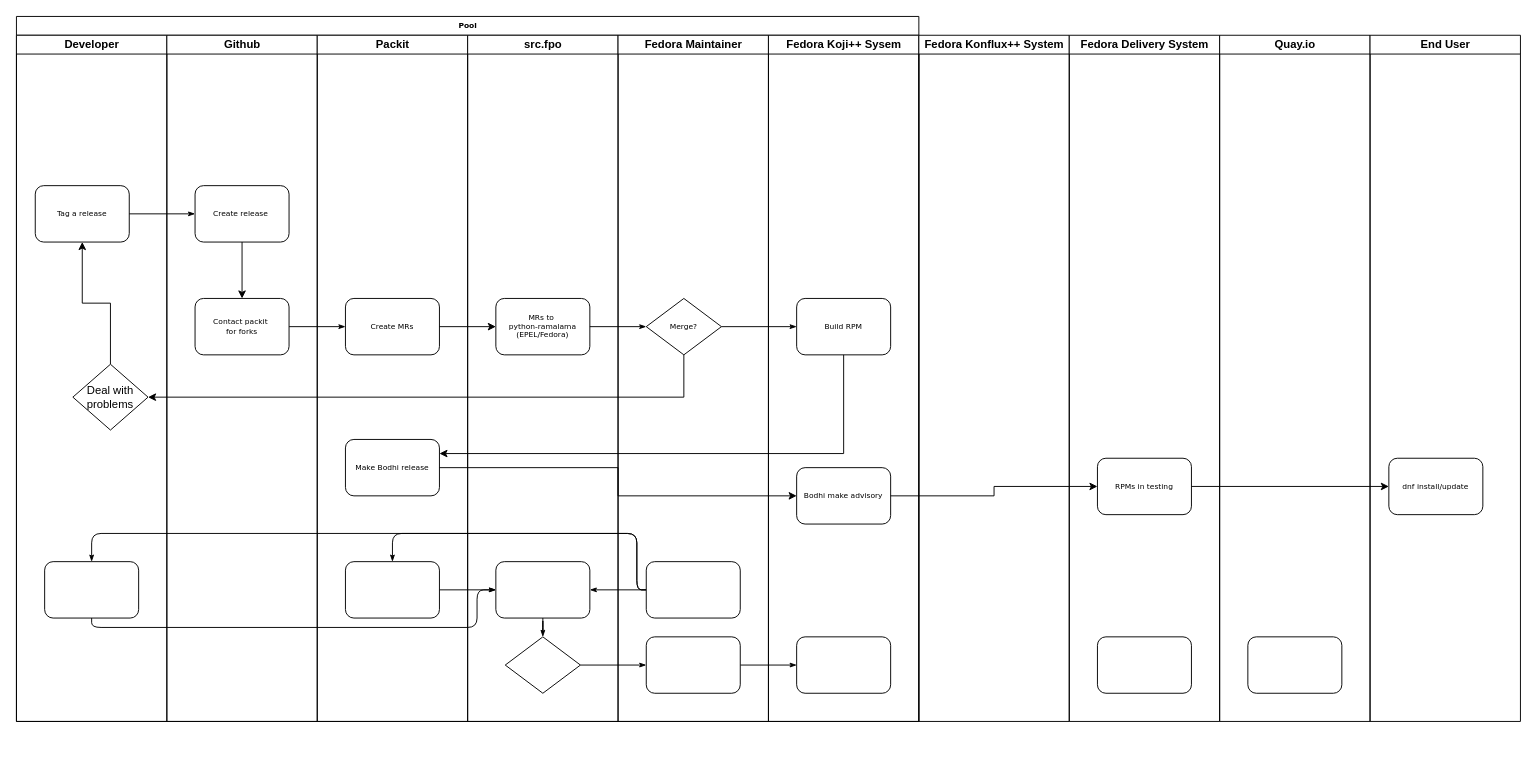
This is Ramalama.drawio from smooge/drawings, a draw.io file, before an edit. Source tidied: cells renumbered, new cells numbered last; positions are measured from the earlier drawing's top-left corner, leaving out a move shared by most shapes. Both pictures are drawn from the tidied source at 94%, with x=0, y=0 at pixel (16, 16).
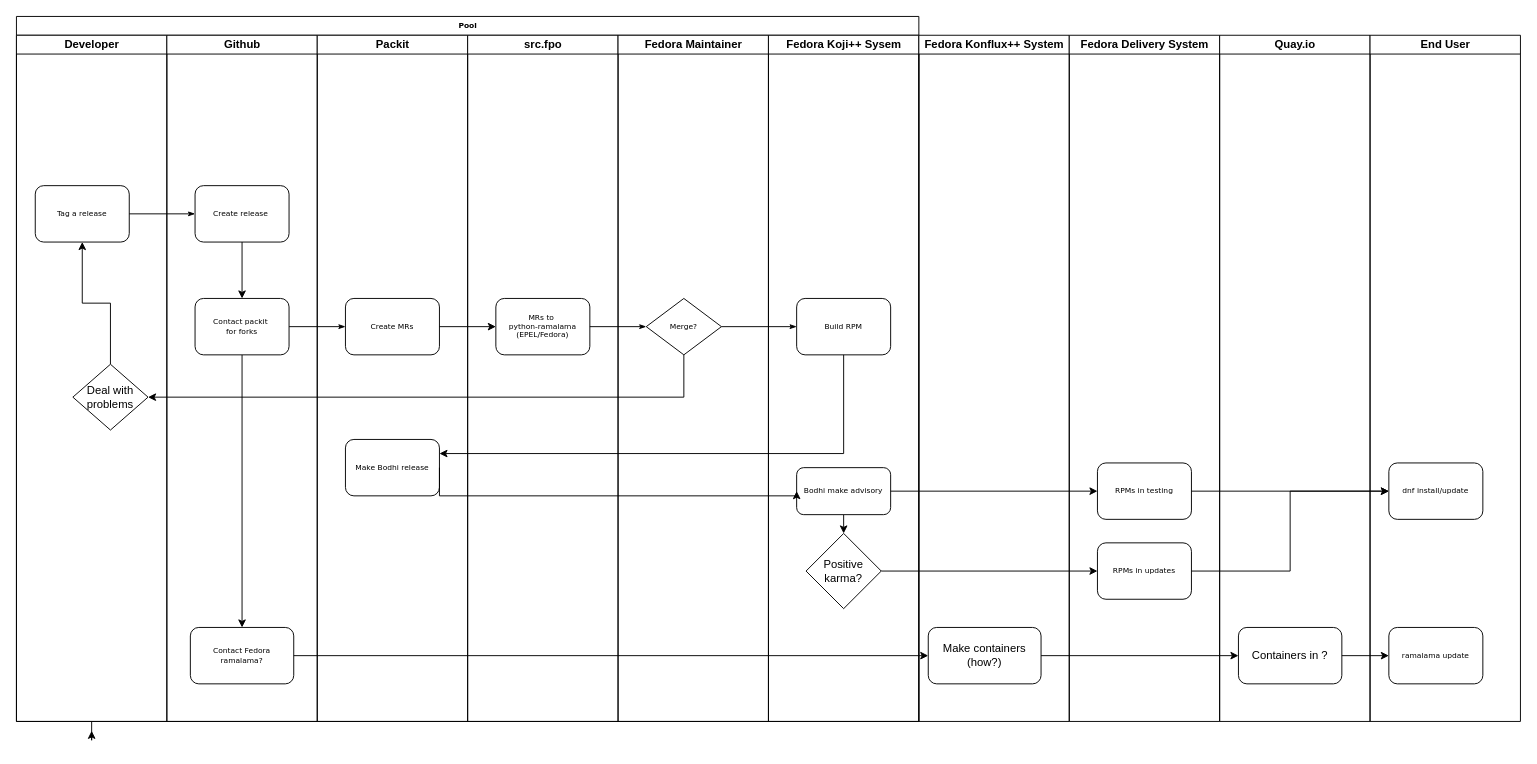
The same diagram, later.

The change refers to these unchanged cells:
```xml
<mxCell id="2" value="Pool" style="swimlane;html=1;startSize=20;rounded=0;shadow=0;labelBackgroundColor=none;strokeWidth=1;fontFamily=Verdana;fontSize=8;align=center;" parent="1" vertex="1">
  <mxGeometry width="960" height="750" as="geometry" />
</mxCell>
<mxCell id="3" value="Developer" style="swimlane;html=1;startSize=20;" parent="2" vertex="1">
  <mxGeometry y="20" width="160" height="730" as="geometry" />
</mxCell>
<mxCell id="17" value="Github" style="swimlane;html=1;startSize=20;" parent="2" vertex="1">
  <mxGeometry x="160" y="20" width="160" height="730" as="geometry" />
</mxCell>
<mxCell id="20" value="Contact packit&amp;nbsp;&lt;div&gt;for forks&lt;/div&gt;" style="rounded=1;whiteSpace=wrap;html=1;shadow=0;labelBackgroundColor=none;strokeWidth=1;fontFamily=Verdana;fontSize=8;align=center;" parent="17" vertex="1">
  <mxGeometry x="30" y="280" width="100" height="60" as="geometry" />
</mxCell>
<mxCell id="21" value="Packit" style="swimlane;html=1;startSize=20;" parent="2" vertex="1">
  <mxGeometry x="320" y="20" width="160" height="730" as="geometry" />
</mxCell>
<mxCell id="24" value="Make Bodhi release" style="rounded=1;whiteSpace=wrap;html=1;shadow=0;labelBackgroundColor=none;strokeWidth=1;fontFamily=Verdana;fontSize=8;align=center;" parent="21" vertex="1">
  <mxGeometry x="30" y="430" width="100" height="60" as="geometry" />
</mxCell>
<mxCell id="25" value="src.fpo" style="swimlane;html=1;startSize=20;" parent="2" vertex="1">
  <mxGeometry x="480" y="20" width="160" height="730" as="geometry" />
</mxCell>
<mxCell id="30" value="Fedora Maintainer" style="swimlane;html=1;startSize=20;" parent="2" vertex="1">
  <mxGeometry x="640" y="20" width="160" height="730" as="geometry" />
</mxCell>
<mxCell id="34" value="Fedora Koji++ Sysem" style="swimlane;html=1;startSize=20;" parent="2" vertex="1">
  <mxGeometry x="800" y="20" width="160" height="730" as="geometry" />
</mxCell>
<mxCell id="45" value="Fedora Delivery System" style="swimlane;html=1;startSize=20;" parent="1" vertex="1">
  <mxGeometry x="1120" y="20" width="160" height="730" as="geometry" />
</mxCell>
<mxCell id="48" value="Quay.io" style="swimlane;html=1;startSize=20;" parent="1" vertex="1">
  <mxGeometry x="1280" y="20" width="160" height="730" as="geometry" />
</mxCell>
<mxCell id="50" value="End User" style="swimlane;html=1;startSize=20;" parent="1" vertex="1">
  <mxGeometry x="1440" y="20" width="160" height="730" as="geometry" />
</mxCell>
```

The edit, as a diff of the source:
```diff
@@
+    <mxCell id="54" style="edgeStyle=orthogonalEdgeStyle;rounded=0;jettySize=auto;html=1;" parent="2" edge="1" source="3">
+      <mxGeometry relative="1" as="geometry">
+        <mxPoint x="80" y="760" as="targetPoint" />
+      </mxGeometry>
+    </mxCell>
@@
-    <mxCell id="5" style="rounded=1;whiteSpace=wrap;html=1;shadow=0;labelBackgroundColor=none;strokeWidth=1;fontFamily=Verdana;fontSize=8;align=center;" parent="3" vertex="1">
-      <mxGeometry x="30" y="560" width="100" height="60" as="geometry" />
-    </mxCell>
@@
-    <mxCell id="10" style="edgeStyle=orthogonalEdgeStyle;rounded=1;html=1;labelBackgroundColor=none;startArrow=none;startFill=0;startSize=5;endArrow=classicThin;endFill=1;endSize=5;jettySize=auto;strokeWidth=1;fontFamily=Verdana;fontSize=8;" parent="2" edge="1" source="28" target="32">
-      <mxGeometry relative="1" as="geometry" />
-    </mxCell>
-    <mxCell id="11" style="edgeStyle=orthogonalEdgeStyle;rounded=1;html=1;labelBackgroundColor=none;startArrow=none;startFill=0;startSize=5;endArrow=classicThin;endFill=1;endSize=5;jettySize=auto;strokeWidth=1;fontFamily=Verdana;fontSize=8;" parent="2" edge="1" source="32" target="35">
-      <mxGeometry relative="1" as="geometry" />
-    </mxCell>
-    <mxCell id="12" style="edgeStyle=orthogonalEdgeStyle;rounded=1;html=1;labelBackgroundColor=none;startArrow=none;startFill=0;startSize=5;endArrow=classicThin;endFill=1;endSize=5;jettySize=auto;strokeWidth=1;fontFamily=Verdana;fontSize=8;" parent="2" edge="1" source="31" target="23">
-      <mxGeometry relative="1" as="geometry">
-        <Array as="points">
-          <mxPoint x="660" y="610" />
-          <mxPoint x="660" y="550" />
-          <mxPoint x="400" y="550" />
-        </Array>
-      </mxGeometry>
-    </mxCell>
-    <mxCell id="13" style="edgeStyle=orthogonalEdgeStyle;rounded=1;html=1;labelBackgroundColor=none;startArrow=none;startFill=0;startSize=5;endArrow=classicThin;endFill=1;endSize=5;jettySize=auto;strokeColor=#000000;strokeWidth=1;fontFamily=Verdana;fontSize=8;fontColor=#000000;" parent="2" edge="1" source="31" target="27">
-      <mxGeometry relative="1" as="geometry" />
-    </mxCell>
-    <mxCell id="14" style="edgeStyle=orthogonalEdgeStyle;rounded=1;html=1;labelBackgroundColor=none;startArrow=none;startFill=0;startSize=5;endArrow=classicThin;endFill=1;endSize=5;jettySize=auto;strokeWidth=1;fontFamily=Verdana;fontSize=8;" parent="2" edge="1" source="31" target="5">
-      <mxGeometry relative="1" as="geometry">
-        <Array as="points">
-          <mxPoint x="660" y="610" />
-          <mxPoint x="660" y="550" />
-          <mxPoint x="80" y="550" />
-        </Array>
-      </mxGeometry>
-    </mxCell>
-    <mxCell id="15" style="edgeStyle=orthogonalEdgeStyle;rounded=1;html=1;labelBackgroundColor=none;startArrow=none;startFill=0;startSize=5;endArrow=classicThin;endFill=1;endSize=5;jettySize=auto;strokeWidth=1;fontFamily=Verdana;fontSize=8;" parent="2" edge="1" source="5" target="27">
-      <mxGeometry relative="1" as="geometry">
-        <Array as="points">
-          <mxPoint x="80" y="650" />
-          <mxPoint x="490" y="650" />
-          <mxPoint x="490" y="610" />
-        </Array>
-      </mxGeometry>
-    </mxCell>
-    <mxCell id="16" style="edgeStyle=orthogonalEdgeStyle;rounded=1;html=1;labelBackgroundColor=none;startArrow=none;startFill=0;startSize=5;endArrow=classicThin;endFill=1;endSize=5;jettySize=auto;strokeWidth=1;fontFamily=Verdana;fontSize=8;" parent="2" edge="1" source="23" target="27">
-      <mxGeometry relative="1" as="geometry" />
-    </mxCell>
@@
+    <mxCell id="55" style="edgeStyle=orthogonalEdgeStyle;rounded=0;jettySize=auto;html=1;exitX=0.5;exitY=1;exitDx=0;exitDy=0;entryX=0.5;entryY=0;entryDx=0;entryDy=0;" parent="17" edge="1" source="20" target="35">
+      <mxGeometry relative="1" as="geometry" />
+    </mxCell>
@@
+    <mxCell id="35" value="Contact Fedora ramalama?" style="rounded=1;whiteSpace=wrap;html=1;shadow=0;labelBackgroundColor=none;strokeWidth=1;fontFamily=Verdana;fontSize=8;align=center;" parent="17" vertex="1">
+      <mxGeometry x="25" y="630" width="110" height="60" as="geometry" />
+    </mxCell>
@@
-    <mxCell id="23" style="rounded=1;whiteSpace=wrap;html=1;shadow=0;labelBackgroundColor=none;strokeWidth=1;fontFamily=Verdana;fontSize=8;align=center;" parent="21" vertex="1">
-      <mxGeometry x="30" y="560" width="100" height="60" as="geometry" />
-    </mxCell>
@@
-    <mxCell id="27" style="rounded=1;whiteSpace=wrap;html=1;shadow=0;labelBackgroundColor=none;strokeWidth=1;fontFamily=Verdana;fontSize=8;align=center;" parent="25" vertex="1">
-      <mxGeometry x="30" y="560" width="100" height="60" as="geometry" />
-    </mxCell>
-    <mxCell id="28" style="rhombus;whiteSpace=wrap;html=1;rounded=0;shadow=0;labelBackgroundColor=none;strokeWidth=1;fontFamily=Verdana;fontSize=8;align=center;" parent="25" vertex="1">
-      <mxGeometry x="40" y="640" width="80" height="60" as="geometry" />
-    </mxCell>
-    <mxCell id="29" style="edgeStyle=orthogonalEdgeStyle;rounded=1;html=1;labelBackgroundColor=none;startArrow=none;startFill=0;startSize=5;endArrow=classicThin;endFill=1;endSize=5;jettySize=auto;strokeWidth=1;fontFamily=Verdana;fontSize=8;" parent="25" edge="1" source="27" target="28">
-      <mxGeometry relative="1" as="geometry" />
-    </mxCell>
@@
-    <mxCell id="31" style="rounded=1;whiteSpace=wrap;html=1;shadow=0;labelBackgroundColor=none;strokeWidth=1;fontFamily=Verdana;fontSize=8;align=center;" parent="30" vertex="1">
-      <mxGeometry x="30" y="560" width="100" height="60" as="geometry" />
-    </mxCell>
-    <mxCell id="32" style="rounded=1;whiteSpace=wrap;html=1;shadow=0;labelBackgroundColor=none;strokeWidth=1;fontFamily=Verdana;fontSize=8;align=center;" parent="30" vertex="1">
-      <mxGeometry x="30" y="640" width="100" height="60" as="geometry" />
-    </mxCell>
@@
-    <mxCell id="35" style="rounded=1;whiteSpace=wrap;html=1;shadow=0;labelBackgroundColor=none;strokeWidth=1;fontFamily=Verdana;fontSize=8;align=center;" parent="34" vertex="1">
-      <mxGeometry x="30" y="640" width="100" height="60" as="geometry" />
-    </mxCell>
@@
+    <mxCell id="56" style="edgeStyle=orthogonalEdgeStyle;rounded=0;jettySize=auto;html=1;exitX=0.5;exitY=1;exitDx=0;exitDy=0;entryX=0.5;entryY=0;entryDx=0;entryDy=0;" parent="34" edge="1" source="37" target="57">
+      <mxGeometry relative="1" as="geometry" />
+    </mxCell>
     <mxCell id="37" value="Bodhi make advisory" style="rounded=1;whiteSpace=wrap;html=1;shadow=0;labelBackgroundColor=none;strokeWidth=1;fontFamily=Verdana;fontSize=8;align=center;" parent="34" vertex="1">
-      <mxGeometry x="30" y="460" width="100" height="60" as="geometry" />
+      <mxGeometry x="30" y="460" width="100" height="50" as="geometry" />
     </mxCell>
+    <mxCell id="57" value="Positive karma?" style="rhombus;whiteSpace=wrap;html=1;" parent="34" vertex="1">
+      <mxGeometry x="40" y="530" width="80" height="80" as="geometry" />
+    </mxCell>
@@
     <mxCell id="43" style="edgeStyle=orthogonalEdgeStyle;rounded=0;jettySize=auto;html=1;exitX=1;exitY=0.5;exitDx=0;exitDy=0;entryX=0;entryY=0.5;entryDx=0;entryDy=0;" parent="2" edge="1" source="24" target="37">
-      <mxGeometry relative="1" as="geometry" />
+      <mxGeometry relative="1" as="geometry">
+        <Array as="points">
+          <mxPoint x="450" y="510" />
+        </Array>
+      </mxGeometry>
     </mxCell>
@@
-    <mxCell id="46" style="rounded=1;whiteSpace=wrap;html=1;shadow=0;labelBackgroundColor=none;strokeWidth=1;fontFamily=Verdana;fontSize=8;align=center;" parent="45" vertex="1">
-      <mxGeometry x="30" y="640" width="100" height="60" as="geometry" />
+    <mxCell id="46" value="RPMs in updates" style="rounded=1;whiteSpace=wrap;html=1;shadow=0;labelBackgroundColor=none;strokeWidth=1;fontFamily=Verdana;fontSize=8;align=center;" parent="45" vertex="1">
+      <mxGeometry x="30" y="540" width="100" height="60" as="geometry" />
     </mxCell>
     <mxCell id="47" value="RPMs in testing" style="rounded=1;whiteSpace=wrap;html=1;shadow=0;labelBackgroundColor=none;strokeWidth=1;fontFamily=Verdana;fontSize=8;align=center;" parent="45" vertex="1">
-      <mxGeometry x="30" y="450" width="100" height="60" as="geometry" />
+      <mxGeometry x="30" y="455" width="100" height="60" as="geometry" />
     </mxCell>
@@
-    <mxCell id="49" style="rounded=1;whiteSpace=wrap;html=1;shadow=0;labelBackgroundColor=none;strokeWidth=1;fontFamily=Verdana;fontSize=8;align=center;" parent="48" vertex="1">
-      <mxGeometry x="30" y="640" width="100" height="60" as="geometry" />
-    </mxCell>
+    <mxCell id="58" value="Containers in ?" style="rounded=1;whiteSpace=wrap;html=1;" parent="48" vertex="1">
+      <mxGeometry x="20" y="630" width="110" height="60" as="geometry" />
+    </mxCell>
@@
     <mxCell id="51" value="dnf install/update" style="rounded=1;whiteSpace=wrap;html=1;shadow=0;labelBackgroundColor=none;strokeWidth=1;fontFamily=Verdana;fontSize=8;align=center;" parent="50" vertex="1">
-      <mxGeometry x="20" y="450" width="100" height="60" as="geometry" />
+      <mxGeometry x="20" y="455" width="100" height="60" as="geometry" />
     </mxCell>
+    <mxCell id="49" value="ramalama update" style="rounded=1;whiteSpace=wrap;html=1;shadow=0;labelBackgroundColor=none;strokeWidth=1;fontFamily=Verdana;fontSize=8;align=center;" parent="50" vertex="1">
+      <mxGeometry x="20" y="630" width="100" height="60" as="geometry" />
+    </mxCell>
@@
+    <mxCell id="59" style="edgeStyle=orthogonalEdgeStyle;rounded=0;jettySize=auto;html=1;exitX=1;exitY=0.5;exitDx=0;exitDy=0;entryX=0;entryY=0.5;entryDx=0;entryDy=0;" parent="1" edge="1" source="57" target="46">
+      <mxGeometry relative="1" as="geometry" />
+    </mxCell>
+    <mxCell id="60" style="edgeStyle=orthogonalEdgeStyle;rounded=0;jettySize=auto;html=1;exitX=1;exitY=0.5;exitDx=0;exitDy=0;entryX=0;entryY=0.5;entryDx=0;entryDy=0;" parent="1" edge="1" source="46" target="51">
+      <mxGeometry relative="1" as="geometry" />
+    </mxCell>
+    <mxCell id="61" style="edgeStyle=orthogonalEdgeStyle;rounded=0;jettySize=auto;html=1;exitX=1;exitY=0.5;exitDx=0;exitDy=0;entryX=0;entryY=0.5;entryDx=0;entryDy=0;" parent="1" edge="1" source="62" target="58">
+      <mxGeometry relative="1" as="geometry" />
+    </mxCell>
+    <mxCell id="62" value="Make containers&lt;div&gt;(how?)&lt;/div&gt;" style="rounded=1;whiteSpace=wrap;html=1;" parent="1" vertex="1">
+      <mxGeometry x="970" y="650" width="120" height="60" as="geometry" />
+    </mxCell>
+    <mxCell id="63" style="edgeStyle=orthogonalEdgeStyle;rounded=0;jettySize=auto;html=1;exitX=1;exitY=0.5;exitDx=0;exitDy=0;entryX=0;entryY=0.5;entryDx=0;entryDy=0;" parent="1" edge="1" source="58" target="49">
+      <mxGeometry relative="1" as="geometry" />
+    </mxCell>
+    <mxCell id="64" style="edgeStyle=orthogonalEdgeStyle;rounded=0;jettySize=auto;html=1;exitX=1;exitY=0.5;exitDx=0;exitDy=0;entryX=0;entryY=0.5;entryDx=0;entryDy=0;" parent="1" edge="1" source="35" target="62">
+      <mxGeometry relative="1" as="geometry" />
+    </mxCell>
```
